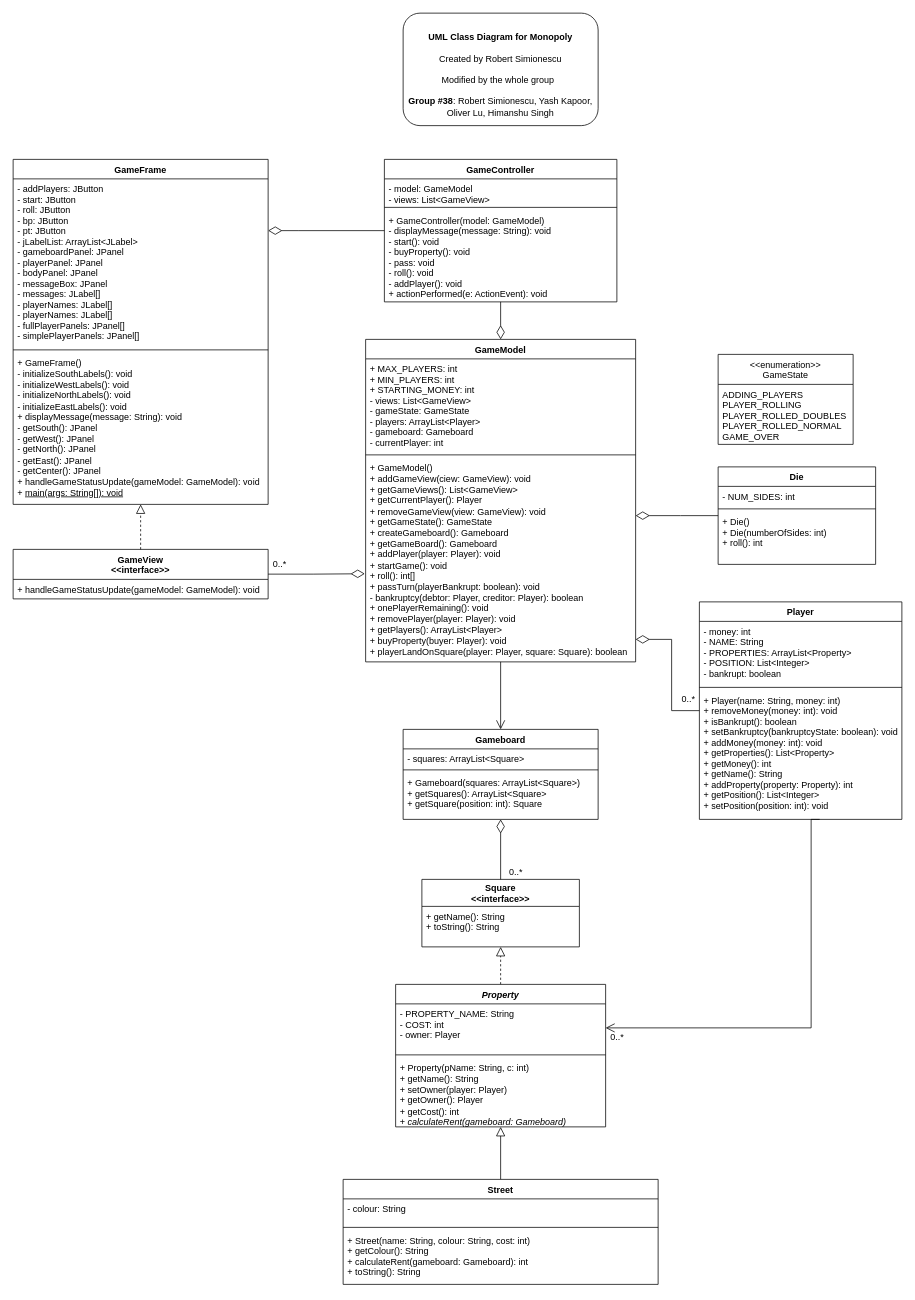
Earlier version of the draw.io diagram Monopoly_UML_Diagram.drawio (YashKapoor1102/Monopoly). Source tidied: cells renumbered, new cells numbered last; positions are measured from the earlier drawing's top-left corner, leaving out a move shared by most shapes. Both pictures are drawn from the tidied source at 75%, with x=0, y=0 at pixel (13, 13).
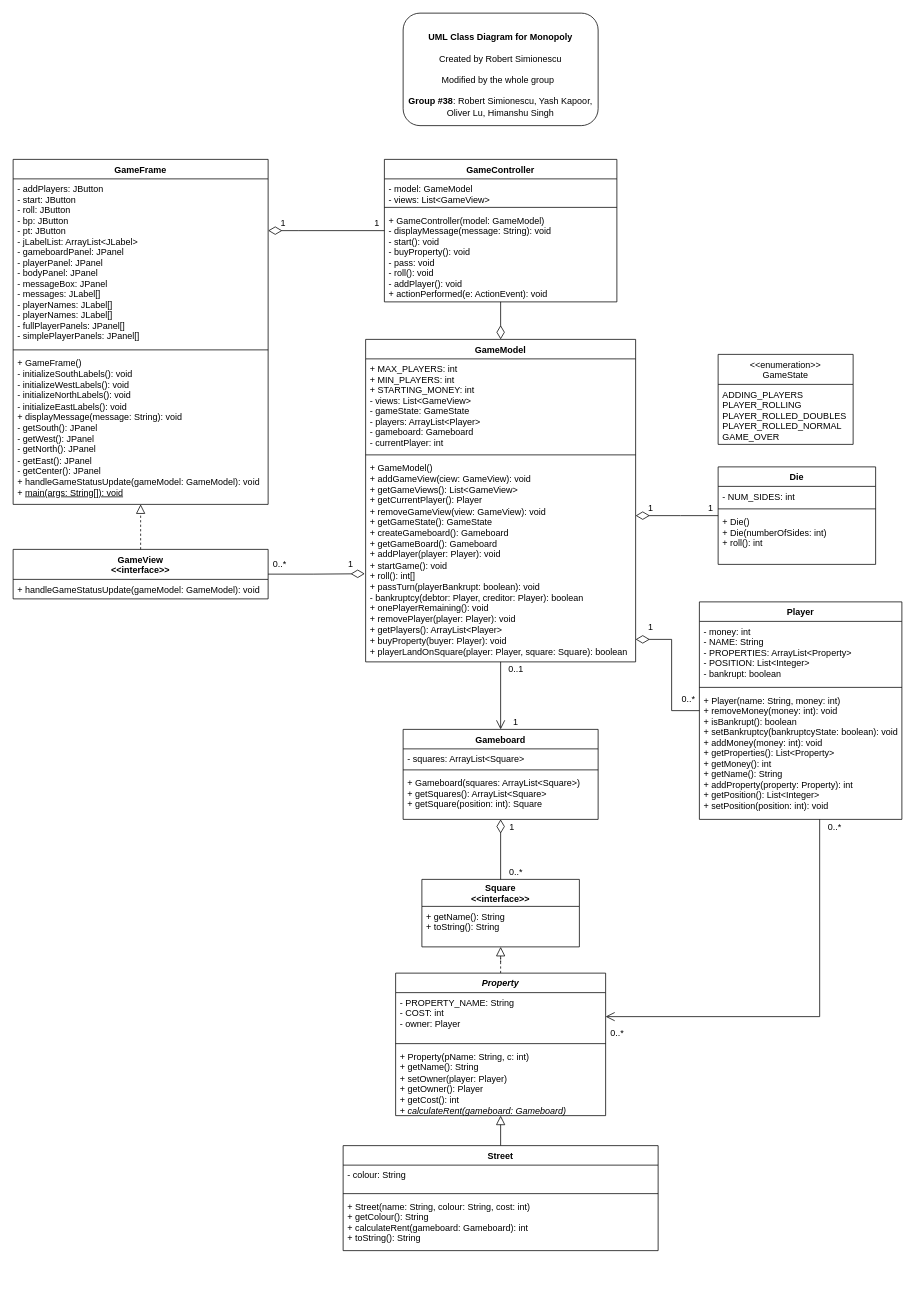
After the change.

The change refers to these unchanged cells:
```xml
<mxCell id="15" value="+ Player(name: String, money: int)&#10;+ removeMoney(money: int): void&#10;+ isBankrupt(): boolean&#10;+ setBankruptcy(bankruptcyState: boolean): void&#10;+ addMoney(money: int): void&#10;+ getProperties(): List&lt;Property&gt;&#10;+ getMoney(): int&#10;+ getName(): String&#10;+ addProperty(property: Property): int&#10;+ getPosition(): List&lt;Integer&gt; &#10;+ setPosition(position: int): void" style="text;strokeColor=none;fillColor=none;align=left;verticalAlign=top;spacingLeft=4;spacingRight=4;overflow=hidden;points=[[0,0.5],[1,0.5]];portConstraint=eastwest;" parent="12" vertex="1">
  <mxGeometry y="118" width="270" height="172" as="geometry" />
</mxCell>
<mxCell id="23" value="- PROPERTY_NAME: String&#10;- COST: int&#10;- owner: Player" style="text;strokeColor=none;fillColor=none;align=left;verticalAlign=top;spacingLeft=4;spacingRight=4;overflow=hidden;points=[[0,0.5],[1,0.5]];portConstraint=eastwest;" parent="22" vertex="1">
  <mxGeometry y="26" width="280" height="64" as="geometry" />
</mxCell>
```

What changed in the source:
```diff
@@
     <mxCell id="17" value="Street" style="swimlane;fontStyle=1;align=center;verticalAlign=top;horizontal=1;startSize=26;" parent="1" vertex="1">
-      <mxGeometry x="440" y="1555" width="420" height="140" as="geometry" />
+      <mxGeometry x="440" y="1510" width="420" height="140" as="geometry" />
     </mxCell>
@@
     <mxCell id="22" value="Property" style="swimlane;fontStyle=3;align=center;verticalAlign=top;horizontal=1;startSize=26;" parent="1" vertex="1">
-      <mxGeometry x="510" y="1295" width="280" height="190" as="geometry" />
+      <mxGeometry x="510" y="1280" width="280" height="190" as="geometry" />
     </mxCell>
@@
     <mxCell id="33" style="edgeStyle=orthogonalEdgeStyle;rounded=0;jettySize=auto;html=1;endArrow=open;endFill=0;startSize=6;endSize=10;strokeWidth=1;exitX=0.594;exitY=1;exitDx=0;exitDy=0;exitPerimeter=0;entryX=1;entryY=0.5;entryDx=0;entryDy=0;" parent="1" edge="1" source="15" target="23">
       <mxGeometry relative="1" as="geometry">
         <Array as="points">
-          <mxPoint x="1064" y="1353" />
+          <mxPoint x="1075" y="1338" />
         </Array>
       </mxGeometry>
     </mxCell>
@@
     <mxCell id="38" value="0..*" style="text;html=1;align=center;verticalAlign=middle;strokeColor=none;fillColor=none;" parent="1" vertex="1">
-      <mxGeometry x="790" y="1355" width="30" height="20" as="geometry" />
+      <mxGeometry x="790" y="1350" width="30" height="20" as="geometry" />
     </mxCell>
@@
+    <mxCell id="57" value="1" style="text;html=1;align=center;verticalAlign=middle;strokeColor=none;fillColor=none;" parent="1" vertex="1">
+      <mxGeometry x="920" y="650" width="20" height="20" as="geometry" />
+    </mxCell>
+    <mxCell id="58" value="1" style="text;html=1;align=center;verticalAlign=middle;strokeColor=none;fillColor=none;" parent="1" vertex="1">
+      <mxGeometry x="840" y="650" width="20" height="20" as="geometry" />
+    </mxCell>
+    <mxCell id="59" value="1" style="text;html=1;align=center;verticalAlign=middle;strokeColor=none;fillColor=none;" parent="1" vertex="1">
+      <mxGeometry x="840" y="809" width="20" height="20" as="geometry" />
+    </mxCell>
+    <mxCell id="60" value="1" style="text;html=1;align=center;verticalAlign=middle;strokeColor=none;fillColor=none;" parent="1" vertex="1">
+      <mxGeometry x="440" y="725" width="20" height="20" as="geometry" />
+    </mxCell>
+    <mxCell id="61" value="0..1" style="text;html=1;align=center;verticalAlign=middle;strokeColor=none;fillColor=none;" parent="1" vertex="1">
+      <mxGeometry x="650" y="865" width="40" height="20" as="geometry" />
+    </mxCell>
+    <mxCell id="62" value="1" style="text;html=1;align=center;verticalAlign=middle;strokeColor=none;fillColor=none;" parent="1" vertex="1">
+      <mxGeometry x="660" y="935" width="20" height="20" as="geometry" />
+    </mxCell>
+    <mxCell id="63" value="1" style="text;html=1;align=center;verticalAlign=middle;strokeColor=none;fillColor=none;" parent="1" vertex="1">
+      <mxGeometry x="655" y="1075" width="20" height="20" as="geometry" />
+    </mxCell>
+    <mxCell id="64" value="1" style="text;html=1;align=center;verticalAlign=middle;strokeColor=none;fillColor=none;" parent="1" vertex="1">
+      <mxGeometry x="475" y="270" width="20" height="20" as="geometry" />
+    </mxCell>
+    <mxCell id="65" value="1" style="text;html=1;align=center;verticalAlign=middle;strokeColor=none;fillColor=none;" parent="1" vertex="1">
+      <mxGeometry x="350" y="270" width="20" height="20" as="geometry" />
+    </mxCell>
+    <mxCell id="66" value="0..*" style="text;html=1;align=center;verticalAlign=middle;strokeColor=none;fillColor=none;" parent="1" vertex="1">
+      <mxGeometry x="1080" y="1075" width="30" height="20" as="geometry" />
+    </mxCell>
```
